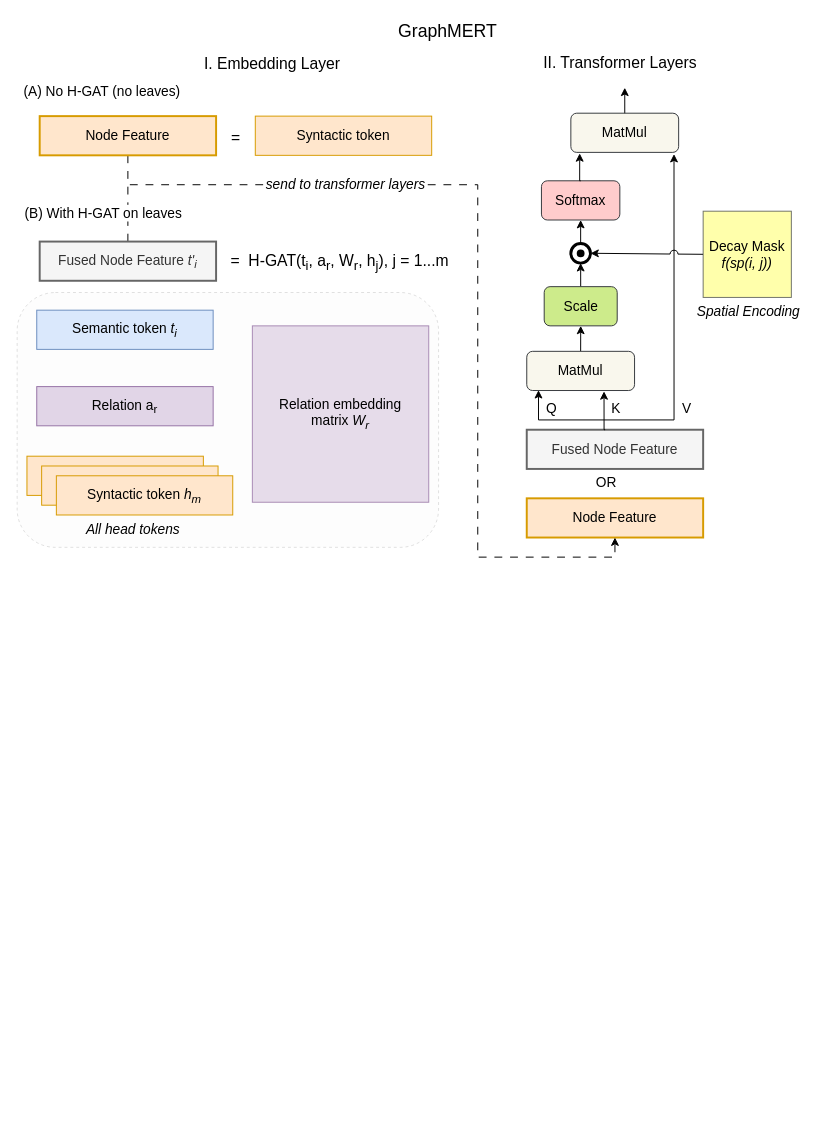
Earlier version of the draw.io diagram page "GraphMERT" (6 of 6) of presentations/pipeline.drawio (across-stars/draw.io). Source tidied: cells renumbered, new cells numbered last; positions are measured from the earlier drawing's top-left corner, leaving out a move shared by most shapes. Both pictures are drawn from the tidied source at 98%, with x=0, y=0 at pixel (17, 17).
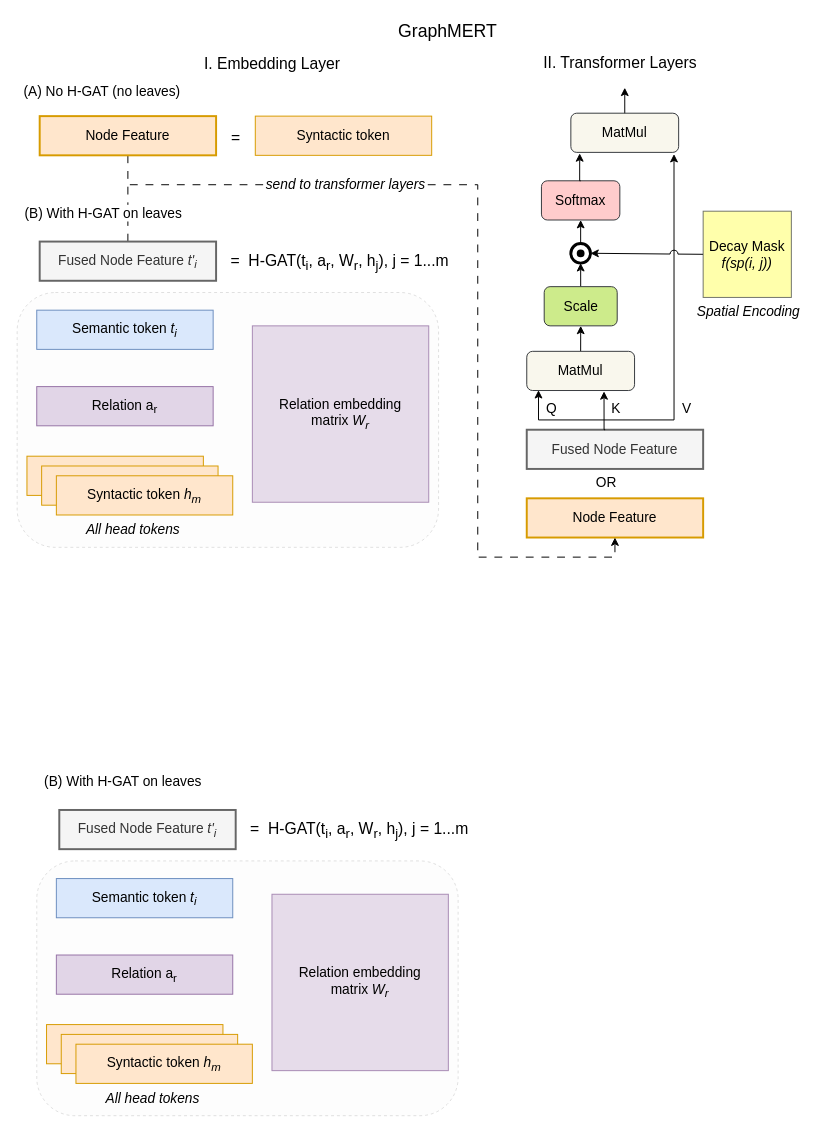
After the change.

The edit, as a diff of the source:
```diff
@@
+    <mxCell id="48" style="rounded=1;whiteSpace=wrap;html=1;strokeColor=#666666;align=center;verticalAlign=middle;fontFamily=Helvetica;fontSize=11;fontColor=#333333;labelBackgroundColor=default;fillColor=#f5f5f5;dashed=1;opacity=20;" parent="1" vertex="1">
+      <mxGeometry x="20" y="861" width="430" height="260" as="geometry" />
+    </mxCell>
+    <mxCell id="49" style="rounded=0;whiteSpace=wrap;html=1;strokeColor=#d79b00;align=center;verticalAlign=middle;fontFamily=Helvetica;fontSize=14;labelBackgroundColor=none;fillColor=#ffe6cc;" parent="1" vertex="1">
+      <mxGeometry x="30" y="1028" width="180" height="40" as="geometry" />
+    </mxCell>
+    <mxCell id="50" value="Relation a&lt;sub&gt;r&lt;/sub&gt;" style="rounded=0;whiteSpace=wrap;html=1;strokeColor=#9673a6;align=center;verticalAlign=middle;fontFamily=Helvetica;fontSize=14;labelBackgroundColor=none;fillColor=#e1d5e7;" parent="1" vertex="1">
+      <mxGeometry x="40" y="957" width="180" height="40" as="geometry" />
+    </mxCell>
+    <mxCell id="51" value="Semantic token &lt;i&gt;t&lt;sub&gt;i&lt;/sub&gt;&lt;/i&gt;" style="rounded=0;whiteSpace=wrap;html=1;strokeColor=#6c8ebf;align=center;verticalAlign=middle;fontFamily=Helvetica;fontSize=14;labelBackgroundColor=none;fillColor=#dae8fc;" parent="1" vertex="1">
+      <mxGeometry x="40" y="879" width="180" height="40" as="geometry" />
+    </mxCell>
+    <mxCell id="52" value="Fused Node Feature &lt;i&gt;t'&lt;sub&gt;i&lt;/sub&gt;&lt;/i&gt;" style="rounded=0;whiteSpace=wrap;html=1;strokeColor=#666666;align=center;verticalAlign=middle;fontFamily=Helvetica;fontSize=14;labelBackgroundColor=none;fillColor=#f5f5f5;fontColor=#333333;strokeWidth=2;" parent="1" vertex="1">
+      <mxGeometry x="43" y="809" width="180" height="40" as="geometry" />
+    </mxCell>
+    <mxCell id="53" style="rounded=0;whiteSpace=wrap;html=1;strokeColor=#d79b00;align=center;verticalAlign=middle;fontFamily=Helvetica;fontSize=14;labelBackgroundColor=none;fillColor=#ffe6cc;" parent="1" vertex="1">
+      <mxGeometry x="45" y="1038" width="180" height="40" as="geometry" />
+    </mxCell>
+    <mxCell id="54" value="Syntactic token &lt;i&gt;h&lt;sub&gt;m&lt;/sub&gt;&lt;/i&gt;" style="rounded=0;whiteSpace=wrap;html=1;strokeColor=#d79b00;align=center;verticalAlign=middle;fontFamily=Helvetica;fontSize=14;labelBackgroundColor=none;fillColor=#ffe6cc;" parent="1" vertex="1">
+      <mxGeometry x="60" y="1048" width="180" height="40" as="geometry" />
+    </mxCell>
+    <mxCell id="55" value="&lt;font style=&quot;font-size: 14px;&quot;&gt;&lt;i&gt;All head tokens&lt;/i&gt;&lt;/font&gt;" style="text;html=1;align=center;verticalAlign=middle;strokeColor=none;fillColor=none;fontFamily=Helvetica;fontSize=11;fontColor=default;labelBackgroundColor=none;" parent="1" vertex="1">
+      <mxGeometry x="78" y="1088" width="120" height="30" as="geometry" />
+    </mxCell>
+    <mxCell id="56" value="&lt;font style=&quot;font-size: 14px;&quot;&gt;(B) With H-GAT on leaves&lt;/font&gt;" style="text;html=1;align=left;verticalAlign=middle;strokeColor=none;fillColor=none;fontFamily=Helvetica;fontSize=11;fontColor=default;labelBackgroundColor=default;" parent="1" vertex="1">
+      <mxGeometry x="26" y="765" width="180" height="30" as="geometry" />
+    </mxCell>
+    <mxCell id="57" value="&lt;div&gt;Relation embedding&lt;/div&gt;&lt;div&gt;matrix&amp;nbsp;&lt;i&gt;W&lt;sub&gt;r&lt;/sub&gt;&lt;/i&gt;&lt;/div&gt;" style="rounded=0;whiteSpace=wrap;html=1;strokeColor=#9673a6;align=center;verticalAlign=middle;fontFamily=Helvetica;fontSize=14;labelBackgroundColor=none;fillColor=#e1d5e7;opacity=80;" parent="1" vertex="1">
+      <mxGeometry x="260" y="895" width="180" height="180" as="geometry" />
+    </mxCell>
+    <mxCell id="58" value="&lt;font style=&quot;font-size: 16px;&quot;&gt;= &amp;nbsp;H-GAT(t&lt;sub&gt;i&lt;/sub&gt;, a&lt;sub&gt;r&lt;/sub&gt;, W&lt;sub&gt;r&lt;/sub&gt;, h&lt;sub&gt;j&lt;/sub&gt;), j = 1...m&lt;/font&gt;" style="text;html=1;align=center;verticalAlign=middle;strokeColor=none;fillColor=none;fontFamily=Helvetica;fontSize=11;fontColor=default;labelBackgroundColor=none;" parent="1" vertex="1">
+      <mxGeometry x="224" y="815" width="250" height="30" as="geometry" />
+    </mxCell>
```
